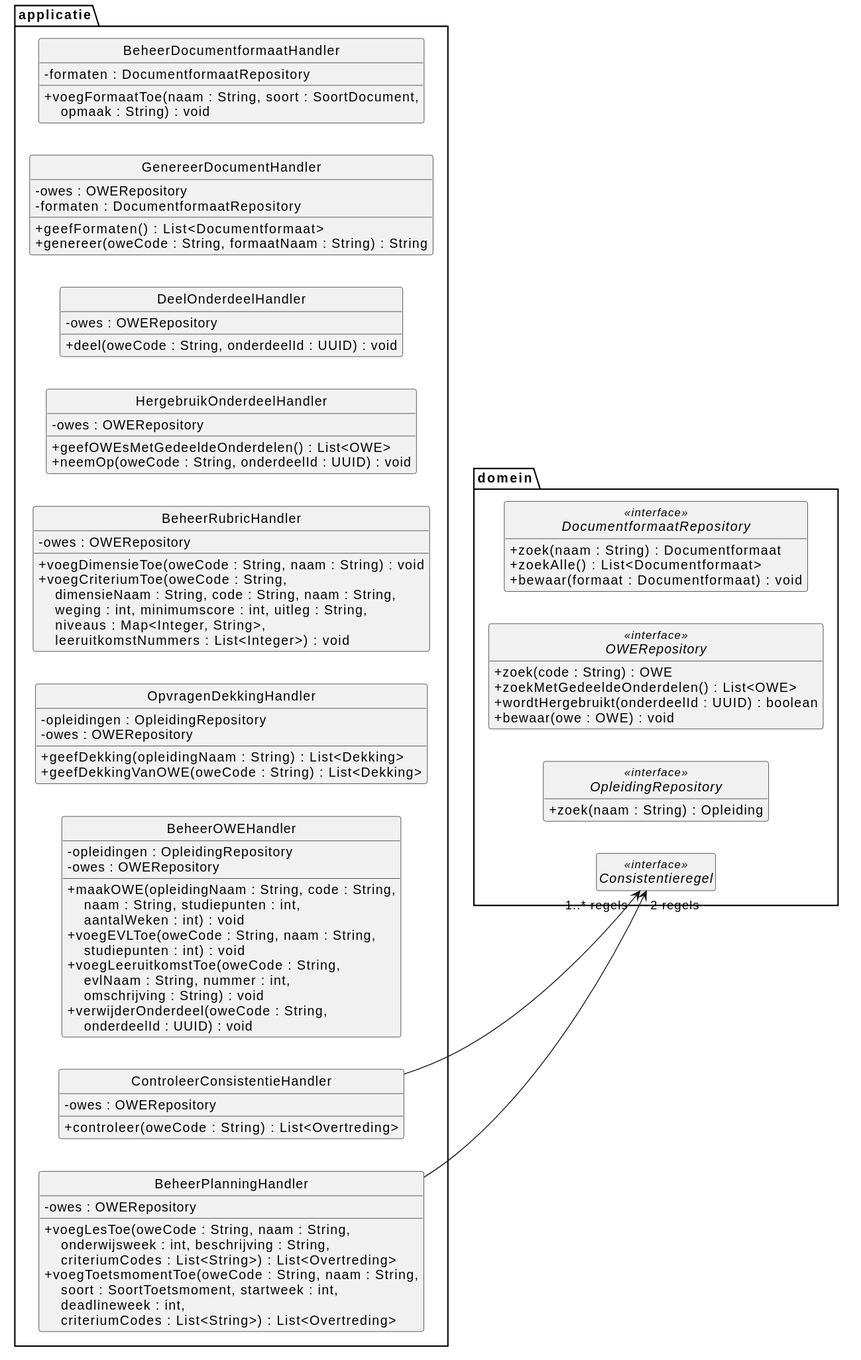
Above: docs/diagrams/klassendiagram-handlers.svg in HAN-Craftsmanship-KL-JJG/casus (PlantUML), before the change.
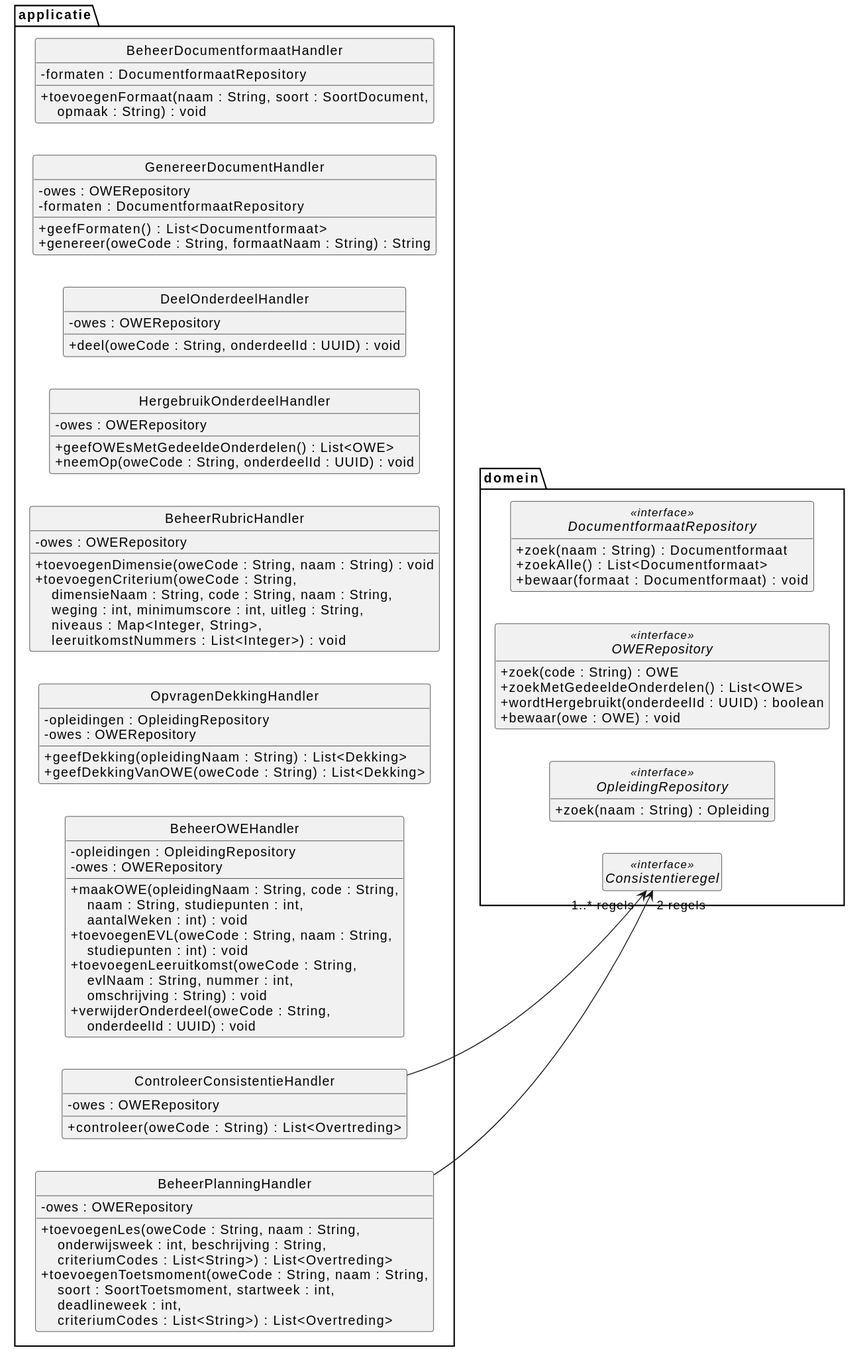
Above is the later version.

Change to the diagram source:
```diff
@@ -11,19 +11,19 @@
     - opleidingen : OpleidingRepository
     - owes : OWERepository
     + maakOWE(opleidingNaam : String, code : String,\n    naam : String, studiepunten : int,\n    aantalWeken : int) : void
-    + voegEVLToe(oweCode : String, naam : String,\n    studiepunten : int) : void
-    + voegLeeruitkomstToe(oweCode : String,\n    evlNaam : String, nummer : int,\n    omschrijving : String) : void
+    + toevoegenEVL(oweCode : String, naam : String,\n    studiepunten : int) : void
+    + toevoegenLeeruitkomst(oweCode : String,\n    evlNaam : String, nummer : int,\n    omschrijving : String) : void
     + verwijderOnderdeel(oweCode : String,\n    onderdeelId : UUID) : void
   }
   class BeheerRubricHandler {
     - owes : OWERepository
-    + voegDimensieToe(oweCode : String, naam : String) : void
-    + voegCriteriumToe(oweCode : String,\n    dimensieNaam : String, code : String, naam : String,\n    weging : int, minimumscore : int, uitleg : String,\n    niveaus : Map<Integer, String>,\n    leeruitkomstNummers : List<Integer>) : void
+    + toevoegenDimensie(oweCode : String, naam : String) : void
+    + toevoegenCriterium(oweCode : String,\n    dimensieNaam : String, code : String, naam : String,\n    weging : int, minimumscore : int, uitleg : String,\n    niveaus : Map<Integer, String>,\n    leeruitkomstNummers : List<Integer>) : void
   }
   class BeheerPlanningHandler {
     - owes : OWERepository
-    + voegLesToe(oweCode : String, naam : String,\n    onderwijsweek : int, beschrijving : String,\n    criteriumCodes : List<String>) : List<Overtreding>
-    + voegToetsmomentToe(oweCode : String, naam : String,\n    soort : SoortToetsmoment, startweek : int,\n    deadlineweek : int,\n    criteriumCodes : List<String>) : List<Overtreding>
+    + toevoegenLes(oweCode : String, naam : String,\n    onderwijsweek : int, beschrijving : String,\n    criteriumCodes : List<String>) : List<Overtreding>
+    + toevoegenToetsmoment(oweCode : String, naam : String,\n    soort : SoortToetsmoment, startweek : int,\n    deadlineweek : int,\n    criteriumCodes : List<String>) : List<Overtreding>
   }
   class ControleerConsistentieHandler {
     - owes : OWERepository
@@ -52,7 +52,7 @@
   }
   class BeheerDocumentformaatHandler {
     - formaten : DocumentformaatRepository
-    + voegFormaatToe(naam : String, soort : SoortDocument,\n    opmaak : String) : void
+    + toevoegenFormaat(naam : String, soort : SoortDocument,\n    opmaak : String) : void
   }
 }
 
```
